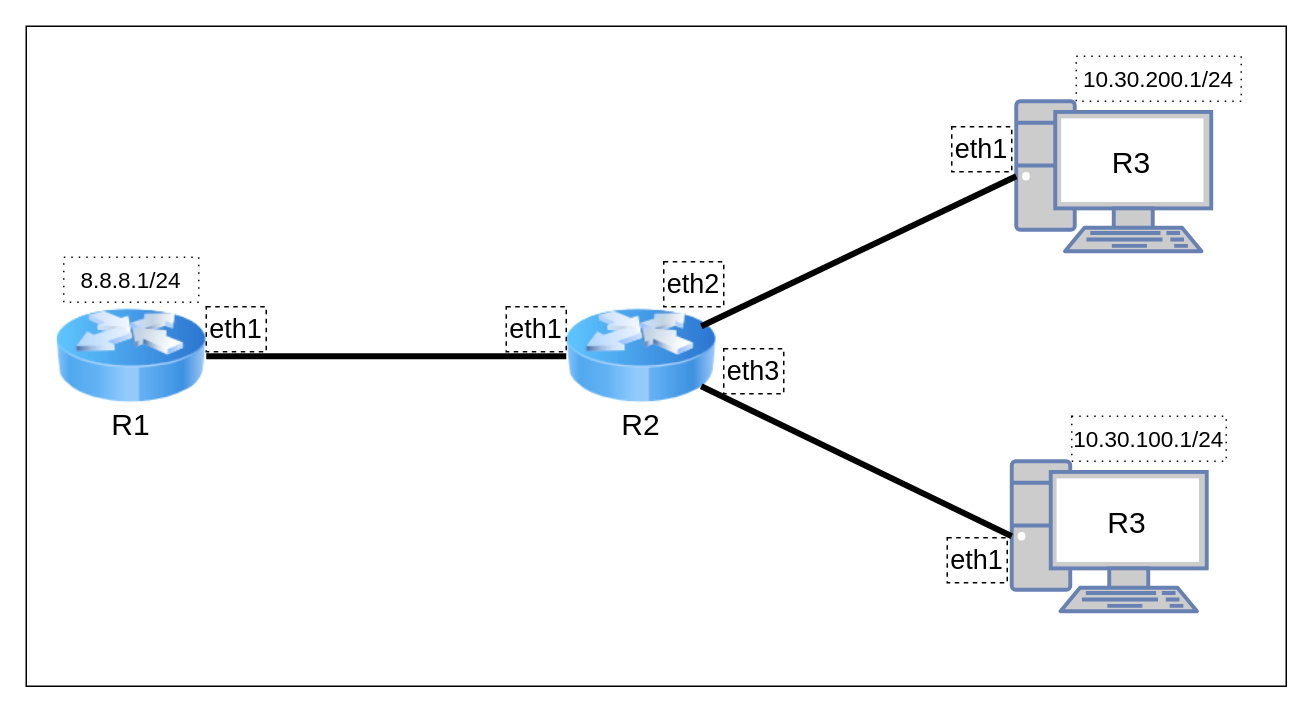
This is 10_ACL/Attached_materials/10_ACL_work.drawio from UsamG1t/Nets_ASVK_Labs, a draw.io file, before an edit. Source tidied: cells renumbered, new cells numbered last; positions are measured from the earlier drawing's top-left corner, leaving out a move shared by most shapes. Both pictures are drawn from the tidied source at 150%, with x=0, y=0 at pixel (26, 26).
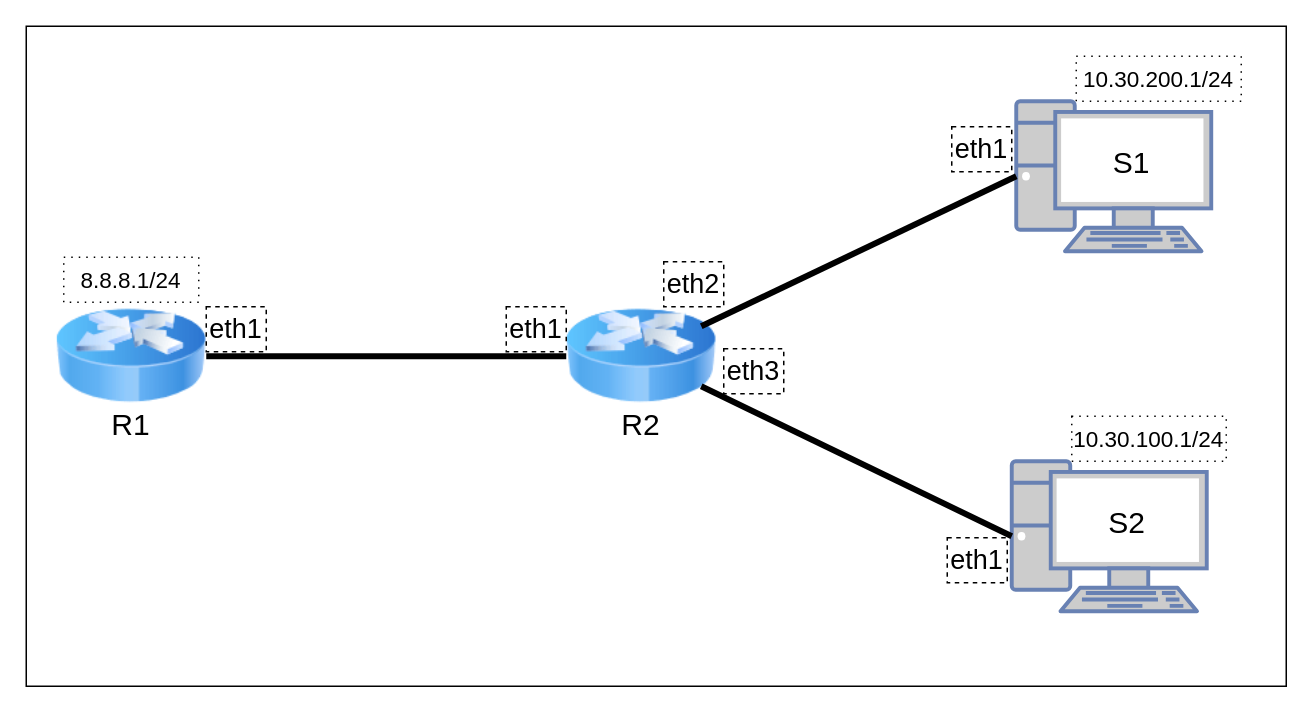
After the change.

Change to the diagram source:
```diff
@@
-    <mxCell id="6" value="&lt;font style=&quot;font-size: 20px; color: rgb(0, 0, 0);&quot;&gt;R3&lt;/font&gt;" style="text;html=1;align=center;verticalAlign=middle;whiteSpace=wrap;rounded=0;strokeColor=none;strokeWidth=0;dashed=1;dashPattern=8 8;" parent="1" vertex="1">
+    <mxCell id="6" value="&lt;font style=&quot;font-size: 20px; color: rgb(0, 0, 0);&quot;&gt;S1&lt;/font&gt;" style="text;html=1;align=center;verticalAlign=middle;whiteSpace=wrap;rounded=0;strokeColor=none;strokeWidth=0;dashed=1;dashPattern=8 8;" parent="1" vertex="1">
       <mxGeometry x="687" y="60" width="100" height="60" as="geometry" />
     </mxCell>
@@
-    <mxCell id="9" value="&lt;font style=&quot;font-size: 20px; color: rgb(0, 0, 0);&quot;&gt;R3&lt;/font&gt;" style="text;html=1;align=center;verticalAlign=middle;whiteSpace=wrap;rounded=0;strokeColor=none;strokeWidth=0;dashed=1;dashPattern=8 8;" parent="1" vertex="1">
+    <mxCell id="9" value="&lt;font style=&quot;font-size: 20px; color: rgb(0, 0, 0);&quot;&gt;S2&lt;/font&gt;" style="text;html=1;align=center;verticalAlign=middle;whiteSpace=wrap;rounded=0;strokeColor=none;strokeWidth=0;dashed=1;dashPattern=8 8;" parent="1" vertex="1">
       <mxGeometry x="684" y="300" width="100" height="60" as="geometry" />
     </mxCell>
```
